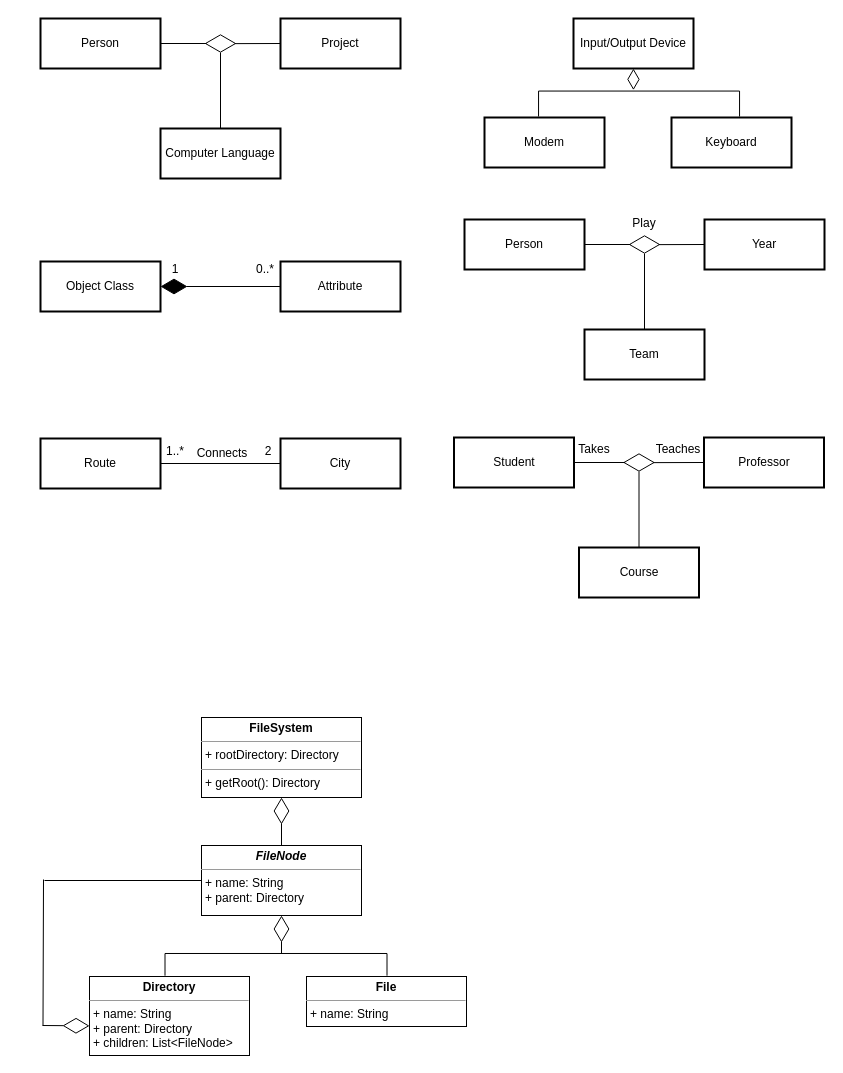
Above: 20230411_HW_Class diagram.drawio in Janette-Hua/111-1-Software-Engineering-Design (draw.io), before the change. Source tidied: cells renumbered, new cells numbered last; positions are measured from the earlier drawing's top-left corner, leaving out a move shared by most shapes. Both pictures are drawn from the tidied source at 100%, with x=0, y=0 at pixel (40, 3).
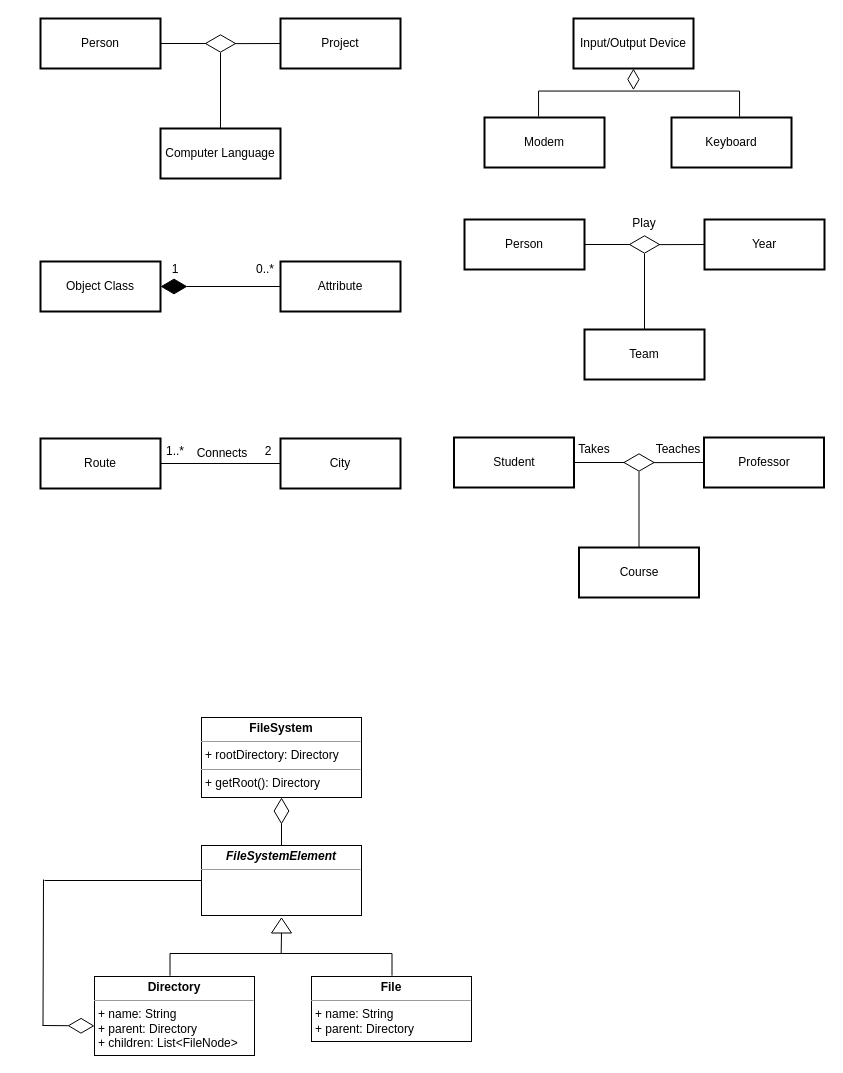
The same diagram, later.

What changed in the source:
```diff
@@
-    <mxCell id="44" value="&lt;p style=&quot;margin:0px;margin-top:4px;text-align:center;&quot;&gt;&lt;b&gt;&lt;i&gt;FileNode&lt;/i&gt;&lt;/b&gt;&lt;/p&gt;&lt;hr size=&quot;1&quot;&gt;&lt;p style=&quot;margin:0px;margin-left:4px;&quot;&gt;+ name: String&lt;/p&gt;&lt;p style=&quot;margin:0px;margin-left:4px;&quot;&gt;+ parent: Directory&lt;/p&gt;" style="verticalAlign=top;align=left;overflow=fill;fontSize=12;fontFamily=Helvetica;html=1;whiteSpace=wrap;" parent="1" vertex="1">
+    <mxCell id="44" value="&lt;p style=&quot;margin:0px;margin-top:4px;text-align:center;&quot;&gt;&lt;b&gt;&lt;i&gt;FileSystemElement&lt;/i&gt;&lt;/b&gt;&lt;/p&gt;&lt;hr size=&quot;1&quot;&gt;&lt;p style=&quot;margin:0px;margin-left:4px;&quot;&gt;&lt;br&gt;&lt;/p&gt;" style="verticalAlign=top;align=left;overflow=fill;fontSize=12;fontFamily=Helvetica;html=1;whiteSpace=wrap;" parent="1" vertex="1">
       <mxGeometry x="161" y="842" width="160" height="70" as="geometry" />
     </mxCell>
     <mxCell id="45" value="&lt;p style=&quot;margin:0px;margin-top:4px;text-align:center;&quot;&gt;&lt;b&gt;Directory&lt;/b&gt;&lt;/p&gt;&lt;hr size=&quot;1&quot;&gt;&lt;p style=&quot;margin:0px;margin-left:4px;&quot;&gt;+ name: String&lt;/p&gt;&lt;p style=&quot;margin:0px;margin-left:4px;&quot;&gt;+ parent: Directory&lt;/p&gt;&lt;p style=&quot;margin:0px;margin-left:4px;&quot;&gt;+ children: List&amp;lt;FileNode&amp;gt;&lt;/p&gt;" style="verticalAlign=top;align=left;overflow=fill;fontSize=12;fontFamily=Helvetica;html=1;whiteSpace=wrap;" parent="1" vertex="1">
-      <mxGeometry x="49" y="973" width="160" height="79" as="geometry" />
+      <mxGeometry x="54" y="973" width="160" height="79" as="geometry" />
     </mxCell>
-    <mxCell id="46" value="&lt;p style=&quot;margin:0px;margin-top:4px;text-align:center;&quot;&gt;&lt;b&gt;File&lt;/b&gt;&lt;/p&gt;&lt;hr size=&quot;1&quot;&gt;&lt;p style=&quot;margin:0px;margin-left:4px;&quot;&gt;+ name: String&lt;/p&gt;" style="verticalAlign=top;align=left;overflow=fill;fontSize=12;fontFamily=Helvetica;html=1;whiteSpace=wrap;" parent="1" vertex="1">
-      <mxGeometry x="266" y="973" width="160" height="50" as="geometry" />
+    <mxCell id="46" value="&lt;p style=&quot;margin:0px;margin-top:4px;text-align:center;&quot;&gt;&lt;b&gt;File&lt;/b&gt;&lt;/p&gt;&lt;hr size=&quot;1&quot;&gt;&lt;p style=&quot;margin:0px;margin-left:4px;&quot;&gt;+ name: String&lt;/p&gt;&lt;p style=&quot;margin:0px;margin-left:4px;&quot;&gt;+ parent: Directory&lt;/p&gt;" style="verticalAlign=top;align=left;overflow=fill;fontSize=12;fontFamily=Helvetica;html=1;whiteSpace=wrap;" parent="1" vertex="1">
+      <mxGeometry x="271" y="973" width="160" height="65" as="geometry" />
     </mxCell>
@@
-    <mxCell id="50" style="endArrow=diamondThin;endFill=0;endSize=24;html=1;rounded=0;entryX=0.5;entryY=1;entryDx=0;entryDy=0;" parent="1" edge="1" target="44">
-      <mxGeometry relative="1" as="geometry">
-        <mxPoint x="241" y="950" as="sourcePoint" />
-      </mxGeometry>
-    </mxCell>
     <mxCell id="51" style="strokeWidth=1;html=1;shape=mxgraph.flowchart.annotation_1;align=left;rotation=90;" parent="1" vertex="1">
-      <mxGeometry x="224.4" y="850.1" width="22.2" height="222" as="geometry" />
+      <mxGeometry x="229.4" y="850.1" width="22.2" height="222" as="geometry" />
     </mxCell>
+    <mxCell id="52" style="triangle;whiteSpace=wrap;html=1;rotation=-90;" parent="1" vertex="1">
+      <mxGeometry x="233.5" y="912" width="15" height="20" as="geometry" />
+    </mxCell>
+    <mxCell id="53" style="endArrow=none;html=1;rounded=0;entryX=0;entryY=0.5;entryDx=0;entryDy=0;" parent="1" edge="1" source="51" target="52">
+      <mxGeometry relative="1" as="geometry" />
+    </mxCell>
```
